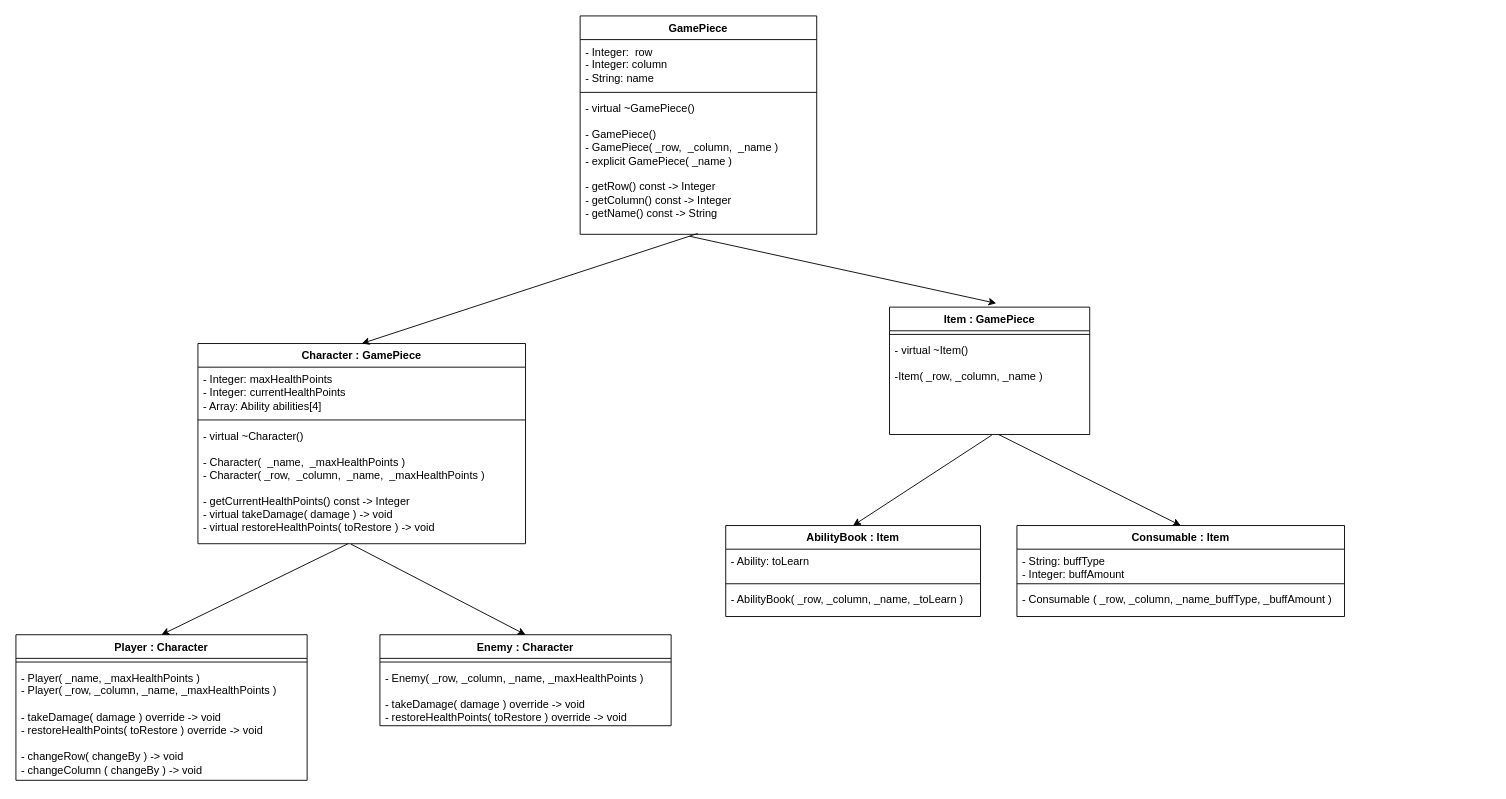
Before: cli_game.drawio in klovelace21/cli_game, a draw.io diagram. Source tidied: cells renumbered, new cells numbered last; positions are measured from the earlier drawing's top-left corner, leaving out a move shared by most shapes. Both pictures are drawn from the tidied source at 91%, with x=0, y=0 at pixel (15, 15).
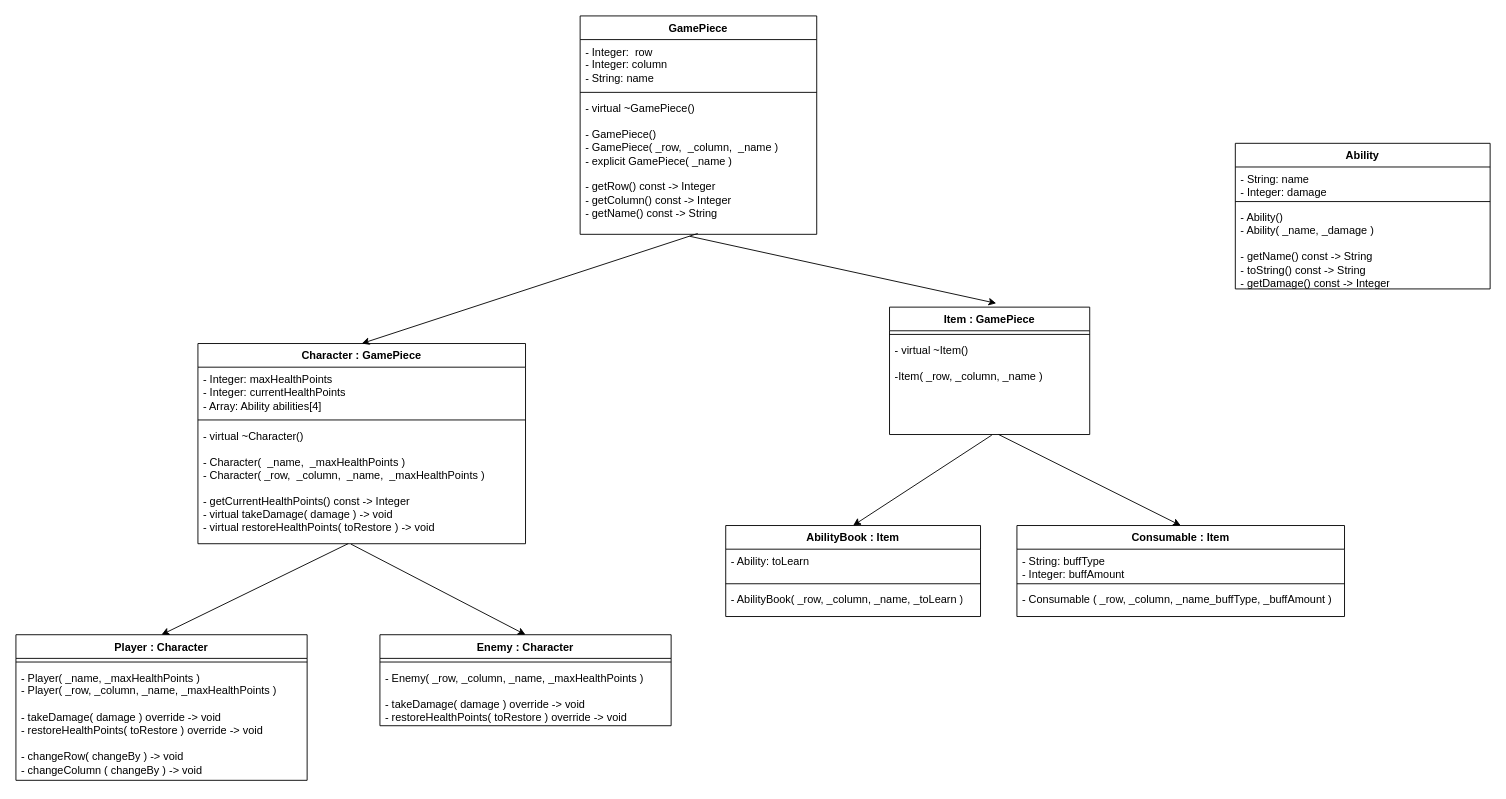
The same diagram, later.

Commit message:
Ability mapping

Change to the diagram source:
```diff
@@
+    <mxCell id="33" value="Ability" style="swimlane;fontStyle=1;align=center;verticalAlign=top;horizontal=1;startSize=26;whiteSpace=wrap;html=1;" parent="1" vertex="1">
+      <mxGeometry x="1340" y="140" width="280" height="160" as="geometry" />
+    </mxCell>
+    <mxCell id="34" value="- String: name&lt;br&gt;- Integer: damage" style="text;strokeColor=none;fillColor=none;align=left;verticalAlign=top;spacingLeft=4;spacingRight=4;overflow=hidden;whiteSpace=wrap;html=1;" parent="33" vertex="1">
+      <mxGeometry y="26" width="280" height="34" as="geometry" />
+    </mxCell>
+    <mxCell id="35" style="line;strokeWidth=1;fillColor=none;align=left;verticalAlign=middle;spacingTop=-1;spacingLeft=3;spacingRight=3;labelPosition=right;strokeColor=inherit;" parent="33" vertex="1">
+      <mxGeometry y="60" width="280" height="8" as="geometry" />
+    </mxCell>
+    <mxCell id="36" value="- Ability()&lt;br&gt;- Ability( _name, _damage )&lt;br&gt;&lt;br&gt;- getName() const -&amp;gt; String&lt;br&gt;- toString() const -&amp;gt; String&lt;br&gt;- getDamage() const -&amp;gt; Integer" style="text;strokeColor=none;fillColor=none;align=left;verticalAlign=top;spacingLeft=4;spacingRight=4;overflow=hidden;whiteSpace=wrap;html=1;" parent="33" vertex="1">
+      <mxGeometry y="68" width="280" height="92" as="geometry" />
+    </mxCell>
```
